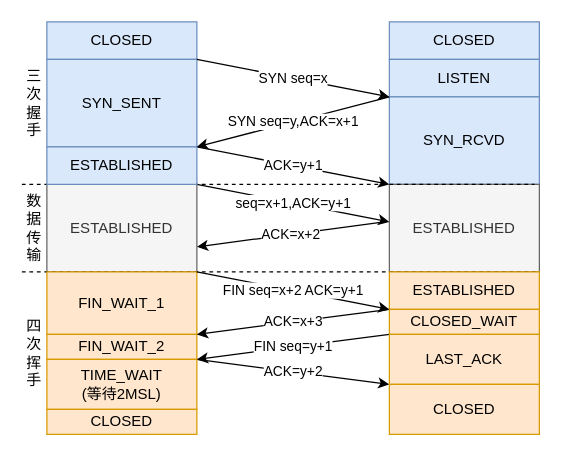
Above: 三次握手.drawio in mabyoung/JavaPractice (draw.io), before the change. Source tidied: cells renumbered, new cells numbered last; positions are measured from the earlier drawing's top-left corner, leaving out a move shared by most shapes. Both pictures are drawn from the tidied source at 125%, with x=0, y=0 at pixel (21, 21).
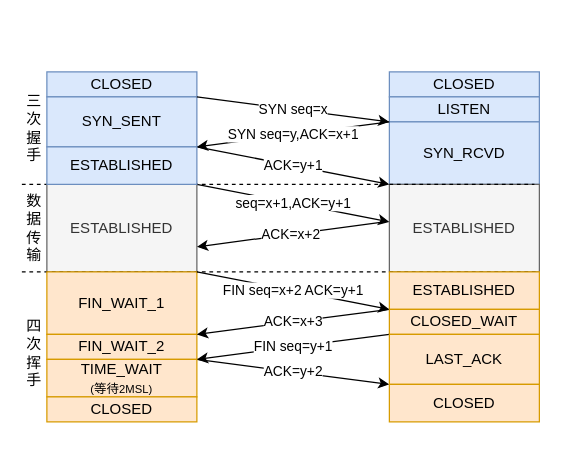
The same page after the edit.

Commit message (it also covers changes not shown here):
更新三次握手.drawio

The edit, as a diff of the source:
```diff
@@
     <mxCell id="2" value="CLOSED" style="rounded=0;whiteSpace=wrap;html=1;fillColor=#dae8fc;strokeColor=#6c8ebf;" parent="1" vertex="1">
-      <mxGeometry x="20" width="120" height="30" as="geometry" />
+      <mxGeometry x="20" y="40" width="120" height="20" as="geometry" />
     </mxCell>
     <mxCell id="3" value="SYN_SENT" style="rounded=0;whiteSpace=wrap;html=1;fillColor=#dae8fc;strokeColor=#6c8ebf;" parent="1" vertex="1">
-      <mxGeometry x="20" y="30" width="120" height="70" as="geometry" />
+      <mxGeometry x="20" y="60" width="120" height="40" as="geometry" />
     </mxCell>
     <mxCell id="4" value="CLOSED" style="rounded=0;whiteSpace=wrap;html=1;fillColor=#dae8fc;strokeColor=#6c8ebf;" parent="1" vertex="1">
-      <mxGeometry x="294" width="120" height="30" as="geometry" />
+      <mxGeometry x="294" y="40" width="120" height="20" as="geometry" />
     </mxCell>
     <mxCell id="5" value="LISTEN" style="rounded=0;whiteSpace=wrap;html=1;fillColor=#dae8fc;strokeColor=#6c8ebf;" parent="1" vertex="1">
-      <mxGeometry x="294" y="30" width="120" height="30" as="geometry" />
+      <mxGeometry x="294" y="60" width="120" height="20" as="geometry" />
     </mxCell>
     <mxCell id="6" value="SYN_RCVD" style="rounded=0;whiteSpace=wrap;html=1;fillColor=#dae8fc;strokeColor=#6c8ebf;" parent="1" vertex="1">
-      <mxGeometry x="294" y="60" width="120" height="70" as="geometry" />
+      <mxGeometry x="294" y="80" width="120" height="50" as="geometry" />
     </mxCell>
-    <mxCell id="7" value="SYN seq=x" style="endArrow=classic;html=1;rounded=0;exitX=1;exitY=0;exitDx=0;exitDy=0;entryX=0;entryY=1;entryDx=0;entryDy=0;" parent="1" edge="1" source="3" target="5">
+    <mxCell id="7" value="SYN seq=x" style="endArrow=classic;html=1;rounded=0;exitX=1;exitY=0;exitDx=0;exitDy=0;entryX=0;entryY=0;entryDx=0;entryDy=0;" parent="1" edge="1" source="3" target="6">
       <mxGeometry relative="1" as="geometry" />
     </mxCell>
-    <mxCell id="8" value="SYN seq=y,ACK=x+1" style="endArrow=classic;html=1;rounded=0;exitX=0;exitY=1;exitDx=0;exitDy=0;entryX=1;entryY=1;entryDx=0;entryDy=0;" parent="1" edge="1" source="5" target="3">
+    <mxCell id="8" value="SYN seq=y,ACK=x+1" style="endArrow=classic;html=1;rounded=0;entryX=1;entryY=1;entryDx=0;entryDy=0;exitX=0;exitY=0;exitDx=0;exitDy=0;" parent="1" edge="1" source="6" target="3">
       <mxGeometry relative="1" as="geometry" />
     </mxCell>
@@
     <mxCell id="16" value="三次握手" style="text;html=1;strokeColor=none;fillColor=none;align=center;verticalAlign=middle;whiteSpace=wrap;rounded=0;" parent="1" vertex="1">
-      <mxGeometry y="50" width="20" height="30" as="geometry" />
+      <mxGeometry y="70" width="20" height="30" as="geometry" />
     </mxCell>
@@
-    <mxCell id="28" value="TIME_WAIT&lt;br&gt;(等待2MSL)" style="rounded=0;whiteSpace=wrap;html=1;fillColor=#ffe6cc;strokeColor=#d79b00;" parent="1" vertex="1">
-      <mxGeometry x="20" y="270" width="120" height="40" as="geometry" />
+    <mxCell id="28" value="TIME_WAIT&lt;br&gt;&lt;font style=&quot;font-size: 9px;&quot;&gt;(&lt;/font&gt;&lt;font size=&quot;1&quot; style=&quot;&quot;&gt;等待&lt;/font&gt;&lt;font style=&quot;font-size: 9px;&quot;&gt;2MSL)&lt;/font&gt;" style="rounded=0;whiteSpace=wrap;html=1;fillColor=#ffe6cc;strokeColor=#d79b00;" parent="1" vertex="1">
+      <mxGeometry x="20" y="270" width="120" height="30" as="geometry" />
     </mxCell>
     <mxCell id="29" value="CLOSED" style="rounded=0;whiteSpace=wrap;html=1;fillColor=#ffe6cc;strokeColor=#d79b00;" parent="1" vertex="1">
-      <mxGeometry x="20" y="310" width="120" height="20" as="geometry" />
+      <mxGeometry x="20" y="300" width="120" height="20" as="geometry" />
     </mxCell>
     <mxCell id="30" value="CLOSED" style="rounded=0;whiteSpace=wrap;html=1;fillColor=#ffe6cc;strokeColor=#d79b00;" parent="1" vertex="1">
-      <mxGeometry x="294" y="290" width="120" height="40" as="geometry" />
+      <mxGeometry x="294" y="290" width="120" height="30" as="geometry" />
     </mxCell>
```
